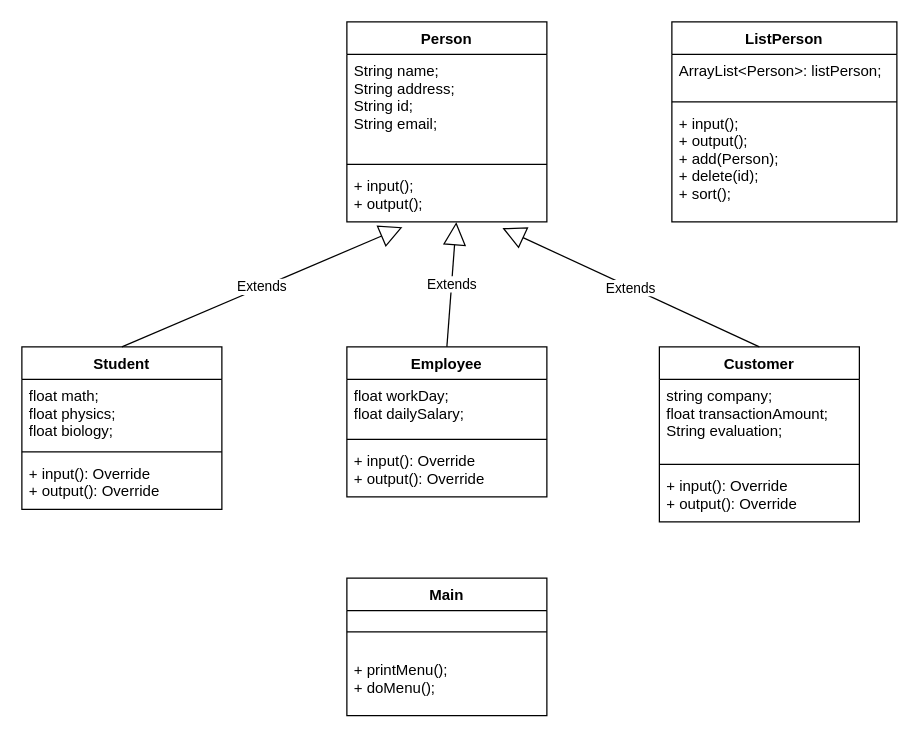
This is QuanLy_HocVien.drawio from hidetoshi93/UML_Cyberlearn, a draw.io file, before an edit. Source tidied: cells renumbered, new cells numbered last; positions are measured from the earlier drawing's top-left corner, leaving out a move shared by most shapes. Both pictures are drawn from the tidied source at 125%, with x=0, y=0 at pixel (21, 21).
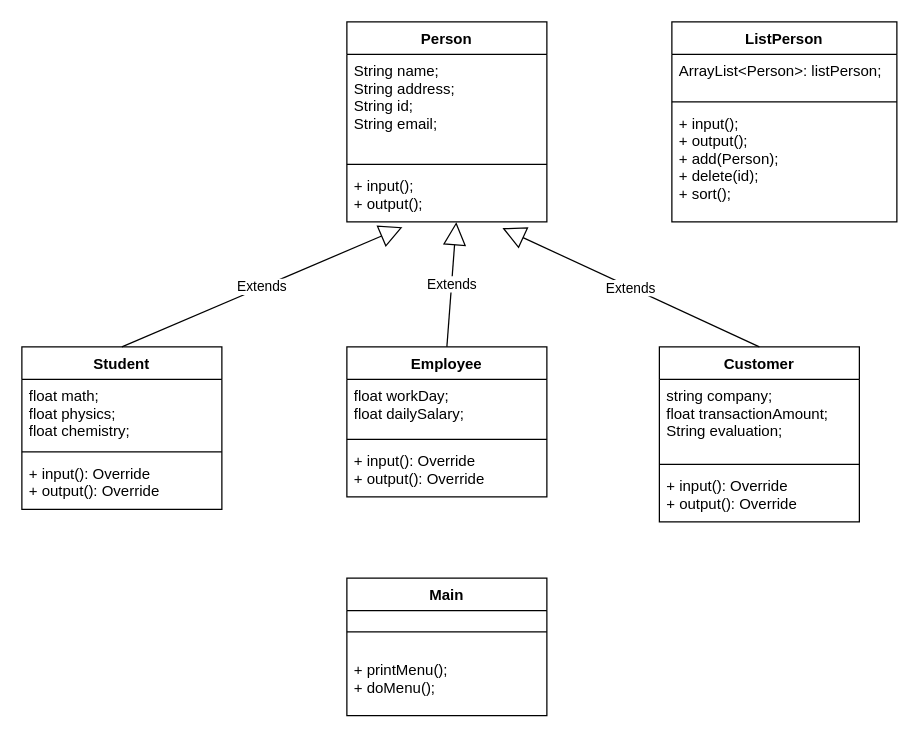
The same diagram, later.

The change refers to these unchanged cells:
```xml
<mxCell id="6" value="Student" style="swimlane;fontStyle=1;align=center;verticalAlign=top;horizontal=1;startSize=26;" parent="1" vertex="1">
  <mxGeometry y="260" width="160" height="130" as="geometry" />
</mxCell>
```

Diff of the diagram source:
```diff
@@
-    <mxCell id="7" value="float math;&#10;float physics;&#10;float biology;" style="text;strokeColor=none;fillColor=none;align=left;verticalAlign=top;spacingLeft=4;spacingRight=4;overflow=hidden;" parent="6" vertex="1">
+    <mxCell id="7" value="float math;&#10;float physics;&#10;float chemistry;" style="text;strokeColor=none;fillColor=none;align=left;verticalAlign=top;spacingLeft=4;spacingRight=4;overflow=hidden;" parent="6" vertex="1">
       <mxGeometry y="26" width="160" height="54" as="geometry" />
     </mxCell>
```
